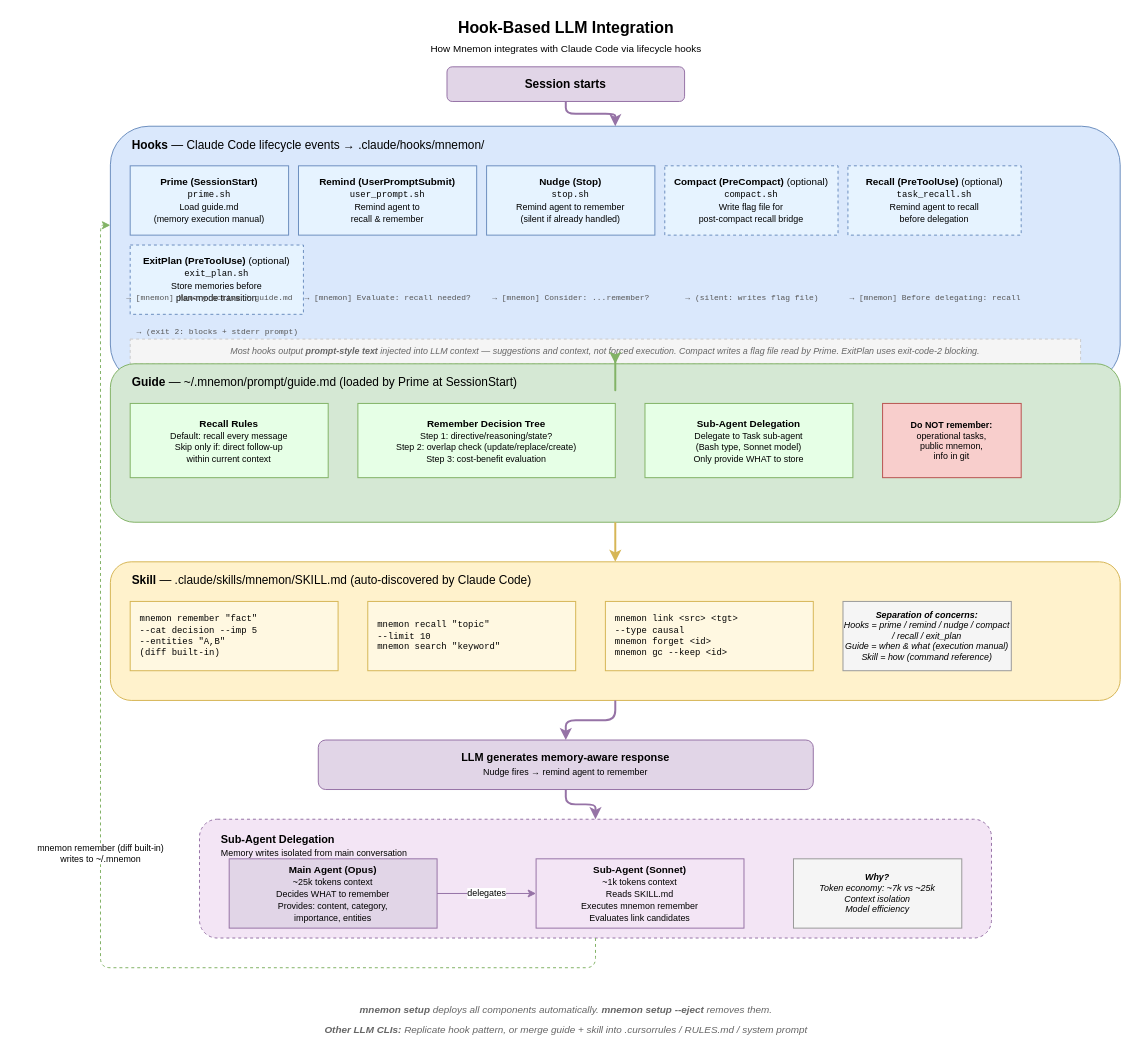
This is docs/diagrams/08-three-layer-integration.drawio from bissli/memman, a draw.io file, before an edit. Source tidied: cells renumbered, new cells numbered last; positions are measured from the earlier drawing's top-left corner, leaving out a move shared by most shapes. Both pictures are drawn from the tidied source at 99%, with x=0, y=0 at pixel (100, 17).
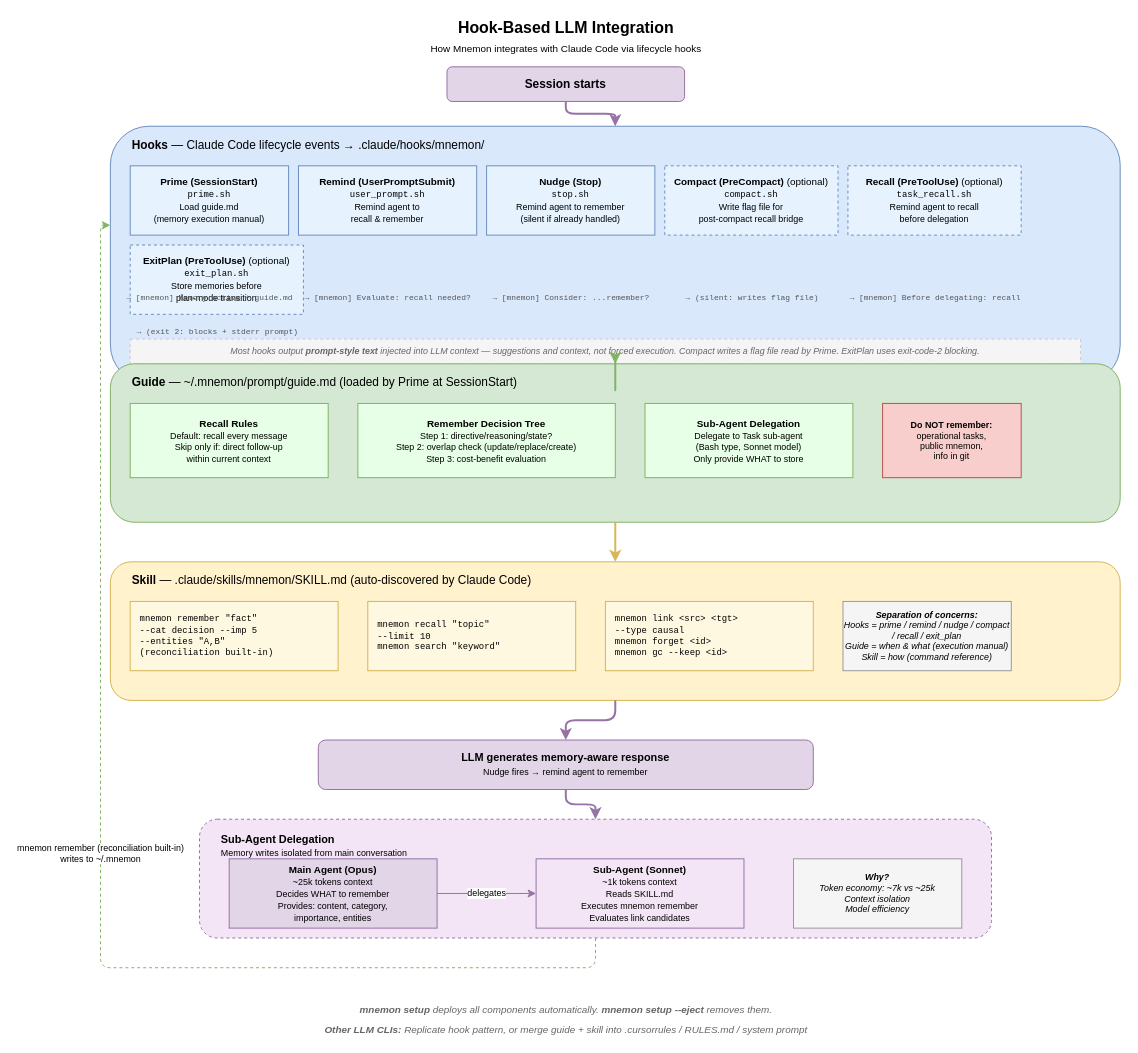
The same diagram, later.

The change refers to these unchanged cells:
```xml
<mxCell id="4" style="rounded=1;whiteSpace=wrap;html=1;fillColor=#dae8fc;strokeColor=#6c8ebf;" parent="1" vertex="1">
  <mxGeometry x="10" y="110" width="1020" height="260" as="geometry" />
</mxCell>
<mxCell id="36" style="rounded=1;whiteSpace=wrap;html=1;fillColor=#F3E5F5;strokeColor=#9673a6;dashed=1;" parent="1" vertex="1">
  <mxGeometry x="100" y="810" width="800" height="120" as="geometry" />
</mxCell>
```

The edit, as a diff of the source:
```diff
@@
-    <mxCell id="29" value="&lt;font style=&quot;font-family:monospace;font-size:9px&quot;&gt;mnemon remember &quot;fact&quot;&lt;br&gt;  --cat decision --imp 5&lt;br&gt;  --entities &quot;A,B&quot;&lt;br&gt;  (diff built-in)&lt;/font&gt;" style="rounded=0;whiteSpace=wrap;html=1;fillColor=#FFF8E1;strokeColor=#d6b656;fontSize=9;align=left;spacingLeft=8;" parent="1" vertex="1">
+    <mxCell id="29" value="&lt;font style=&quot;font-family:monospace;font-size:9px&quot;&gt;mnemon remember &quot;fact&quot;&lt;br&gt;  --cat decision --imp 5&lt;br&gt;  --entities &quot;A,B&quot;&lt;br&gt;  (reconciliation built-in)&lt;/font&gt;" style="rounded=0;whiteSpace=wrap;html=1;fillColor=#FFF8E1;strokeColor=#d6b656;fontSize=9;align=left;spacingLeft=8;" parent="1" vertex="1">
       <mxGeometry x="30" y="590" width="210" height="70" as="geometry" />
     </mxCell>
@@
-    <mxCell id="43" value="&lt;font style=&quot;font-size:9px&quot;&gt;mnemon remember (diff built-in)&lt;br&gt;writes to ~/.mnemon&lt;/font&gt;" style="edgeStyle=orthogonalEdgeStyle;rounded=1;strokeColor=#82b366;strokeWidth=1;dashed=1;html=1;fontSize=9;" parent="1" edge="1" source="36" target="4">
+    <mxCell id="43" value="&lt;font style=&quot;font-size:9px&quot;&gt;mnemon remember (reconciliation built-in)&lt;br&gt;writes to ~/.mnemon&lt;/font&gt;" style="edgeStyle=orthogonalEdgeStyle;rounded=1;strokeColor=#82b366;strokeWidth=1;dashed=1;html=1;fontSize=9;" parent="1" edge="1" source="36" target="4">
       <mxGeometry relative="1" as="geometry">
         <Array as="points">
           <mxPoint x="500" y="960" />
           <mxPoint y="960" />
           <mxPoint y="210" />
         </Array>
       </mxGeometry>
     </mxCell>
```
